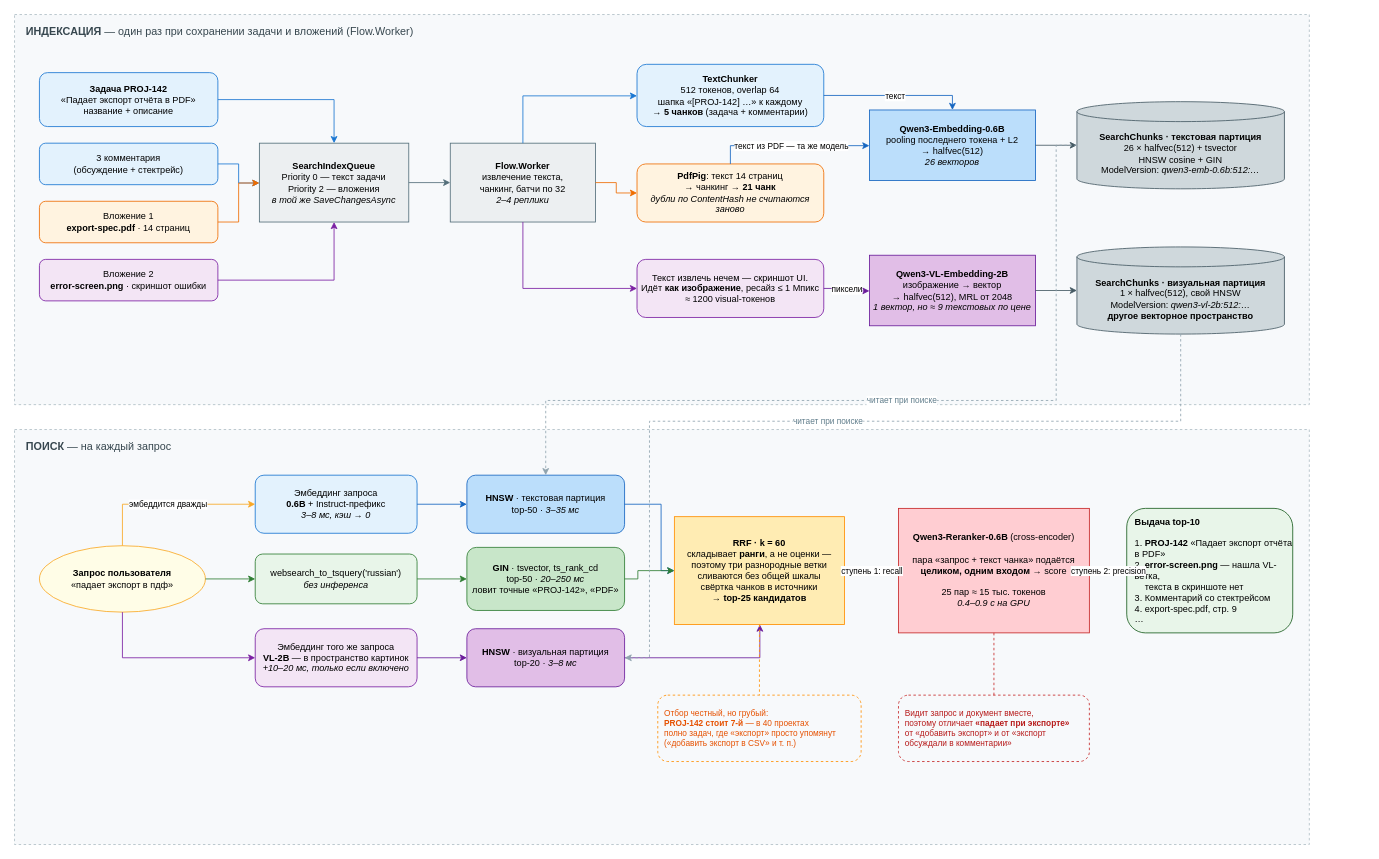
This is docs/пример тех процесса текст + визуал модели с реранкером.drawio from azizmac/Flow, a draw.io file, before an edit. Source tidied: cells renumbered, new cells numbered last; positions are measured from the earlier drawing's top-left corner, leaving out a move shared by most shapes. Both pictures are drawn from the tidied source at 83%, with x=0, y=0 at pixel (14, 14).
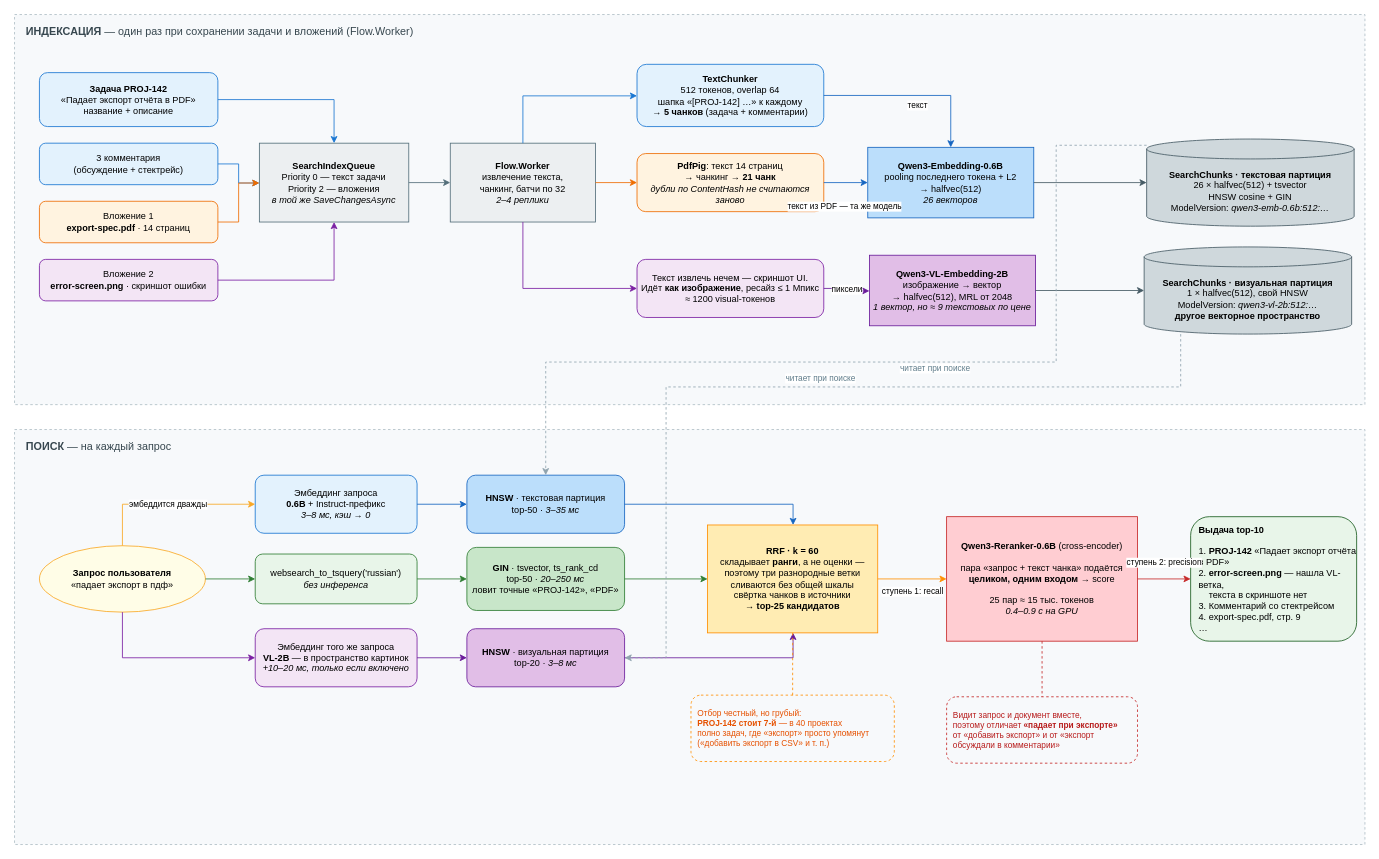
The same page after the edit.

The change refers to these unchanged cells:
```xml
<mxCell id="9" value="&lt;b&gt;Flow.Worker&lt;/b&gt;&lt;br&gt;извлечение текста,&lt;br&gt;чанкинг, батчи по 32&lt;br&gt;&lt;i&gt;2–4 реплики&lt;/i&gt;" style="rounded=0;html=1;whiteSpace=wrap;fillColor=#ECEFF1;strokeColor=#546E7A;fontSize=11;" parent="1" vertex="1">
  <mxGeometry x="525" y="155" width="175" height="95" as="geometry" />
</mxCell>
<mxCell id="10" value="&lt;b&gt;TextChunker&lt;/b&gt;&lt;br&gt;512 токенов, overlap 64&lt;br&gt;шапка «[PROJ-142] …» к каждому&lt;br&gt;→ &lt;b&gt;5 чанков&lt;/b&gt; (задача + комментарии)" style="rounded=1;html=1;whiteSpace=wrap;fillColor=#E3F2FD;strokeColor=#1976D2;fontSize=11;" parent="1" vertex="1">
  <mxGeometry x="750" y="60" width="225" height="75" as="geometry" />
</mxCell>
<mxCell id="34" value="&lt;b&gt;HNSW&lt;/b&gt; · текстовая партиция&lt;br&gt;top-50 · &lt;i&gt;3–35 мс&lt;/i&gt;" style="rounded=1;html=1;whiteSpace=wrap;fillColor=#BBDEFB;strokeColor=#1565C0;fontSize=11;" parent="1" vertex="1">
  <mxGeometry x="545" y="555" width="190" height="70" as="geometry" />
</mxCell>
<mxCell id="35" value="&lt;b&gt;GIN&lt;/b&gt; · tsvector, ts_rank_cd&lt;br&gt;top-50 · &lt;i&gt;20–250 мс&lt;/i&gt;&lt;br&gt;ловит точные «PROJ-142», «PDF»" style="rounded=1;html=1;whiteSpace=wrap;fillColor=#C8E6C9;strokeColor=#2E7D32;fontSize=11;" parent="1" vertex="1">
  <mxGeometry x="545" y="642" width="190" height="76" as="geometry" />
</mxCell>
<mxCell id="36" value="&lt;b&gt;HNSW&lt;/b&gt; · визуальная партиция&lt;br&gt;top-20 · &lt;i&gt;3–8 мс&lt;/i&gt;" style="rounded=1;html=1;whiteSpace=wrap;fillColor=#E1BEE7;strokeColor=#6A1B9A;fontSize=11;" parent="1" vertex="1">
  <mxGeometry x="545" y="740" width="190" height="70" as="geometry" />
</mxCell>
```

Change to the diagram source:
```diff
@@
     <mxCell id="2" value="&lt;b&gt;ИНДЕКСАЦИЯ&lt;/b&gt; — один раз при сохранении задачи и вложений (Flow.Worker)" style="rounded=0;html=1;whiteSpace=wrap;fillColor=#F7F9FB;strokeColor=#B0BEC5;dashed=1;verticalAlign=top;align=left;spacingLeft=12;spacingTop=6;fontSize=13;fontColor=#37474F;" parent="1" vertex="1">
-      <mxGeometry width="1560" height="470" as="geometry" />
+      <mxGeometry width="1627" height="470" as="geometry" />
     </mxCell>
     <mxCell id="3" value="&lt;b&gt;ПОИСК&lt;/b&gt; — на каждый запрос" style="rounded=0;html=1;whiteSpace=wrap;fillColor=#F7F9FB;strokeColor=#B0BEC5;dashed=1;verticalAlign=top;align=left;spacingLeft=12;spacingTop=6;fontSize=13;fontColor=#37474F;" parent="1" vertex="1">
-      <mxGeometry y="500" width="1560" height="500" as="geometry" />
+      <mxGeometry y="500" width="1627" height="500" as="geometry" />
     </mxCell>
@@
     <mxCell id="11" value="&lt;b&gt;PdfPig&lt;/b&gt;: текст 14 страниц&lt;br&gt;→ чанкинг → &lt;b&gt;21 чанк&lt;/b&gt;&lt;br&gt;&lt;i&gt;дубли по ContentHash не считаются заново&lt;/i&gt;" style="rounded=1;html=1;whiteSpace=wrap;fillColor=#FFF3E0;strokeColor=#EF6C00;fontSize=11;" parent="1" vertex="1">
-      <mxGeometry x="750" y="180" width="225" height="70" as="geometry" />
+      <mxGeometry x="750" y="167.5" width="225" height="70" as="geometry" />
     </mxCell>
@@
     <mxCell id="13" value="&lt;b&gt;Qwen3-Embedding-0.6B&lt;/b&gt;&lt;br&gt;pooling последнего токена + L2&lt;br&gt;→ halfvec(512)&lt;br&gt;&lt;i&gt;26 векторов&lt;/i&gt;" style="rounded=0;html=1;whiteSpace=wrap;fillColor=#BBDEFB;strokeColor=#1565C0;fontSize=11;fontStyle=0;" parent="1" vertex="1">
-      <mxGeometry x="1030" y="115" width="200" height="85" as="geometry" />
+      <mxGeometry x="1028" y="160" width="200" height="85" as="geometry" />
     </mxCell>
@@
     <mxCell id="15" value="&lt;b&gt;SearchChunks · текстовая партиция&lt;/b&gt;&lt;br&gt;26 × halfvec(512) + tsvector&lt;br&gt;HNSW cosine + GIN&lt;br&gt;ModelVersion: &lt;i&gt;qwen3-emb-0.6b:512:…&lt;/i&gt;" style="shape=cylinder3;boundedLbl=1;backgroundOutline=1;size=12;html=1;whiteSpace=wrap;fillColor=#CFD8DC;strokeColor=#455A64;fontSize=11;" parent="1" vertex="1">
-      <mxGeometry x="1280" y="105" width="250" height="105" as="geometry" />
+      <mxGeometry x="1364" y="150" width="250" height="105" as="geometry" />
     </mxCell>
     <mxCell id="16" value="&lt;b&gt;SearchChunks · визуальная партиция&lt;/b&gt;&lt;br&gt;1 × halfvec(512), свой HNSW&lt;br&gt;ModelVersion: &lt;i&gt;qwen3-vl-2b:512:…&lt;/i&gt;&lt;br&gt;&lt;b&gt;другое векторное пространство&lt;/b&gt;" style="shape=cylinder3;boundedLbl=1;backgroundOutline=1;size=12;html=1;whiteSpace=wrap;fillColor=#CFD8DC;strokeColor=#455A64;fontSize=11;" parent="1" vertex="1">
-      <mxGeometry x="1280" y="280" width="250" height="105" as="geometry" />
+      <mxGeometry x="1361" y="280" width="250" height="105" as="geometry" />
     </mxCell>
@@
-    <mxCell id="23" style="strokeColor=#EF6C00;edgeStyle=orthogonalEdgeStyle;rounded=0;libavoidRouting=1;jettySize=auto;html=1;" parent="1" edge="1" source="9" target="11">
-      <mxGeometry relative="1" as="geometry">
-        <Array as="points">
-          <mxPoint x="725" y="203" />
-          <mxPoint x="725" y="215" />
-        </Array>
-      </mxGeometry>
+    <mxCell id="23" style="strokeColor=#EF6C00;rounded=0;jettySize=auto;html=1;" parent="1" edge="1" source="9" target="11">
+      <mxGeometry relative="1" as="geometry" />
     </mxCell>
@@
     <mxCell id="25" value="текст" style="strokeColor=#1565C0;fontSize=10;edgeStyle=orthogonalEdgeStyle;rounded=0;libavoidRouting=1;jettySize=auto;html=1;" parent="1" edge="1" source="10" target="13">
-      <mxGeometry relative="1" as="geometry">
+      <mxGeometry x="0.04" y="-11" relative="1" as="geometry">
         <Array as="points">
-          <mxPoint x="1130" y="98" />
+          <mxPoint x="1128" y="98" />
         </Array>
+        <mxPoint x="1" as="offset" />
       </mxGeometry>
     </mxCell>
     <mxCell id="26" value="текст из PDF — та же модель" style="strokeColor=#1565C0;fontSize=10;edgeStyle=orthogonalEdgeStyle;rounded=0;libavoidRouting=1;jettySize=auto;html=1;" parent="1" edge="1" source="11" target="13">
-      <mxGeometry relative="1" as="geometry">
-        <Array as="points">
-          <mxPoint x="863" y="158" />
-        </Array>
-      </mxGeometry>
+      <mxGeometry x="-0.05" y="-28" relative="1" as="geometry" />
     </mxCell>
@@
     <mxCell id="37" value="&lt;b&gt;RRF · k = 60&lt;/b&gt;&lt;br&gt;складывает &lt;b&gt;ранги&lt;/b&gt;, а не оценки —&lt;br&gt;поэтому три разнородные ветки&lt;br&gt;сливаются без общей шкалы&lt;br&gt;свёртка чанков в источники&lt;br&gt;→ &lt;b&gt;top-25 кандидатов&lt;/b&gt;" style="rounded=0;html=1;whiteSpace=wrap;fillColor=#FFECB3;strokeColor=#FF8F00;fontSize=11;" parent="1" vertex="1">
-      <mxGeometry x="795" y="605" width="205" height="130" as="geometry" />
+      <mxGeometry x="835" y="615" width="205" height="130" as="geometry" />
     </mxCell>
     <mxCell id="38" value="Отбор честный, но грубый:&lt;br&gt;&lt;b&gt;PROJ-142 стоит 7-й&lt;/b&gt; — в 40 проектах&lt;br&gt;полно задач, где «экспорт» просто упомянут&lt;br&gt;(«добавить экспорт в CSV» и т. п.)" style="rounded=1;html=1;whiteSpace=wrap;fillColor=none;strokeColor=#FF8F00;dashed=1;fontSize=10;align=left;spacingLeft=6;fontColor=#E65100;" parent="1" vertex="1">
-      <mxGeometry x="775" y="820" width="245" height="80" as="geometry" />
+      <mxGeometry x="815" y="820" width="245" height="80" as="geometry" />
     </mxCell>
     <mxCell id="39" value="&lt;b&gt;Qwen3-Reranker-0.6B&lt;/b&gt; (cross-encoder)&lt;br&gt;&lt;br&gt;пара «запрос + текст чанка» подаётся&lt;br&gt;&lt;b&gt;целиком, одним входом&lt;/b&gt; → score&lt;br&gt;&lt;br&gt;25 пар ≈ 15 тыс. токенов&lt;br&gt;&lt;i&gt;0.4–0.9 с на GPU&lt;/i&gt;" style="rounded=0;html=1;whiteSpace=wrap;fillColor=#FFCDD2;strokeColor=#C62828;fontSize=11;" parent="1" vertex="1">
-      <mxGeometry x="1065" y="595" width="230" height="150" as="geometry" />
+      <mxGeometry x="1123" y="605" width="230" height="150" as="geometry" />
     </mxCell>
     <mxCell id="40" value="Видит запрос и документ вместе,&lt;br&gt;поэтому отличает &lt;b&gt;«падает при экспорте»&lt;/b&gt;&lt;br&gt;от «добавить экспорт» и от «экспорт&lt;br&gt;обсуждали в комментарии»" style="rounded=1;html=1;whiteSpace=wrap;fillColor=none;strokeColor=#C62828;dashed=1;fontSize=10;align=left;spacingLeft=6;fontColor=#B71C1C;" parent="1" vertex="1">
-      <mxGeometry x="1065" y="820" width="230" height="80" as="geometry" />
+      <mxGeometry x="1123" y="822" width="230" height="80" as="geometry" />
     </mxCell>
     <mxCell id="41" value="&lt;b&gt;Выдача top-10&lt;/b&gt;&lt;br&gt;&lt;br&gt;1. &lt;b&gt;PROJ-142&lt;/b&gt; «Падает экспорт отчёта в PDF»&lt;br&gt;2. &lt;b&gt;error-screen.png&lt;/b&gt; — нашла VL-ветка,&lt;br&gt;&amp;nbsp;&amp;nbsp;&amp;nbsp;&amp;nbsp;текста в скриншоте нет&lt;br&gt;3. Комментарий со стектрейсом&lt;br&gt;4. export-spec.pdf, стр. 9&lt;br&gt;…" style="rounded=1;html=1;whiteSpace=wrap;fillColor=#E8F5E9;strokeColor=#1B5E20;fontSize=11;align=left;spacingLeft=8;" parent="1" vertex="1">
-      <mxGeometry x="1340" y="595" width="200" height="150" as="geometry" />
+      <mxGeometry x="1417" y="605" width="200" height="150" as="geometry" />
     </mxCell>
@@
     <mxCell id="48" style="strokeColor=#1565C0;edgeStyle=orthogonalEdgeStyle;rounded=0;libavoidRouting=1;jettySize=auto;html=1;" parent="1" edge="1" source="34" target="37">
       <mxGeometry relative="1" as="geometry">
         <Array as="points">
-          <mxPoint x="779" y="590" />
-          <mxPoint x="779" y="670" />
+          <mxPoint x="938" y="590" />
         </Array>
       </mxGeometry>
     </mxCell>
-    <mxCell id="49" style="strokeColor=#2E7D32;edgeStyle=orthogonalEdgeStyle;rounded=0;libavoidRouting=1;jettySize=auto;html=1;" parent="1" edge="1" source="35" target="37">
-      <mxGeometry relative="1" as="geometry">
-        <Array as="points">
-          <mxPoint x="751" y="680" />
-          <mxPoint x="751" y="670" />
-        </Array>
-      </mxGeometry>
+    <mxCell id="49" style="strokeColor=#2E7D32;rounded=0;jettySize=auto;html=1;" parent="1" edge="1" source="35" target="37">
+      <mxGeometry relative="1" as="geometry" />
     </mxCell>
     <mxCell id="50" style="strokeColor=#6A1B9A;edgeStyle=orthogonalEdgeStyle;rounded=0;libavoidRouting=1;jettySize=auto;html=1;" parent="1" edge="1" source="36" target="37">
       <mxGeometry relative="1" as="geometry">
         <Array as="points">
-          <mxPoint x="898" y="775" />
+          <mxPoint x="938" y="775" />
         </Array>
       </mxGeometry>
     </mxCell>
-    <mxCell id="51" value="ступень 1: recall" style="strokeColor=#FF8F00;fontSize=10;edgeStyle=orthogonalEdgeStyle;rounded=0;libavoidRouting=1;jettySize=auto;html=1;" parent="1" edge="1" source="37" target="39">
-      <mxGeometry relative="1" as="geometry" />
+    <mxCell id="51" value="ступень 1: recall" style="strokeColor=#FF8F00;fontSize=10;rounded=0;jettySize=auto;html=1;" parent="1" edge="1" source="37" target="39">
+      <mxGeometry x="0.02" y="-15" relative="1" as="geometry" />
     </mxCell>
-    <mxCell id="52" value="ступень 2: precision" style="strokeColor=#C62828;fontSize=10;edgeStyle=orthogonalEdgeStyle;rounded=0;libavoidRouting=1;jettySize=auto;html=1;" parent="1" edge="1" source="39" target="41">
-      <mxGeometry relative="1" as="geometry" />
+    <mxCell id="52" value="ступень 2: precision" style="strokeColor=#C62828;fontSize=10;rounded=0;jettySize=auto;html=1;" parent="1" edge="1" source="39" target="41">
+      <mxGeometry y="20" relative="1" as="geometry" />
     </mxCell>
@@
-    <mxCell id="55" value="читает при поиске" style="strokeColor=#90A4AE;dashed=1;fontSize=10;fontColor=#607D8B;edgeStyle=orthogonalEdgeStyle;rounded=0;libavoidRouting=1;jettySize=auto;html=1;" parent="1" edge="1" source="15" target="34">
-      <mxGeometry relative="1" as="geometry">
+    <mxCell id="55" value="читает при поиске" style="strokeColor=#90A4AE;dashed=1;fontSize=10;fontColor=#607D8B;edgeStyle=orthogonalEdgeStyle;rounded=0;jettySize=auto;html=1;" parent="1" edge="1" source="15" target="34">
+      <mxGeometry x="-0.08" y="7" relative="1" as="geometry">
         <Array as="points">
-          <mxPoint x="1255" y="158" />
-          <mxPoint x="1255" y="465" />
-          <mxPoint x="640" y="465" />
+          <mxPoint x="1255" y="157.5" />
+          <mxPoint x="1255" y="418.7" />
+          <mxPoint x="640" y="418.7" />
         </Array>
       </mxGeometry>
     </mxCell>
-    <mxCell id="56" value="читает при поиске" style="strokeColor=#90A4AE;dashed=1;fontSize=10;fontColor=#607D8B;edgeStyle=orthogonalEdgeStyle;rounded=0;libavoidRouting=1;jettySize=auto;html=1;" parent="1" edge="1" source="16" target="36">
-      <mxGeometry relative="1" as="geometry">
+    <mxCell id="56" value="читает при поиске" style="strokeColor=#90A4AE;dashed=1;fontSize=10;fontColor=#607D8B;edgeStyle=orthogonalEdgeStyle;rounded=0;jettySize=auto;html=1;" parent="1" edge="1" source="16" target="36">
+      <mxGeometry x="-0.06" y="-11" relative="1" as="geometry">
         <Array as="points">
-          <mxPoint x="1405" y="490" />
-          <mxPoint x="765" y="490" />
-          <mxPoint x="765" y="775" />
+          <mxPoint x="1405" y="448.7" />
+          <mxPoint x="785" y="448.7" />
+          <mxPoint x="785" y="775" />
         </Array>
       </mxGeometry>
     </mxCell>
```
